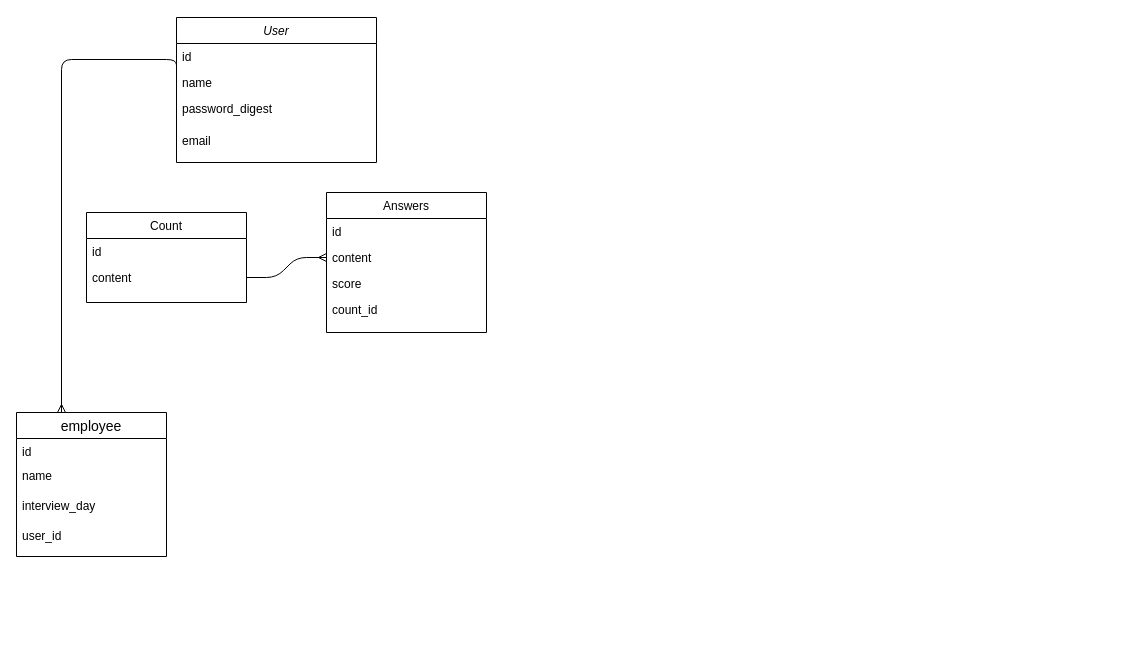
ko-suke1016/IKEMENTAL keeps this draw.io diagram as Untitled Diagram.drawio. Above is the earlier version. Source tidied: cells renumbered, new cells numbered last; positions are measured from the earlier drawing's top-left corner, leaving out a move shared by most shapes. Both pictures are drawn from the tidied source at 100%, with x=0, y=0 at pixel (16, 17).
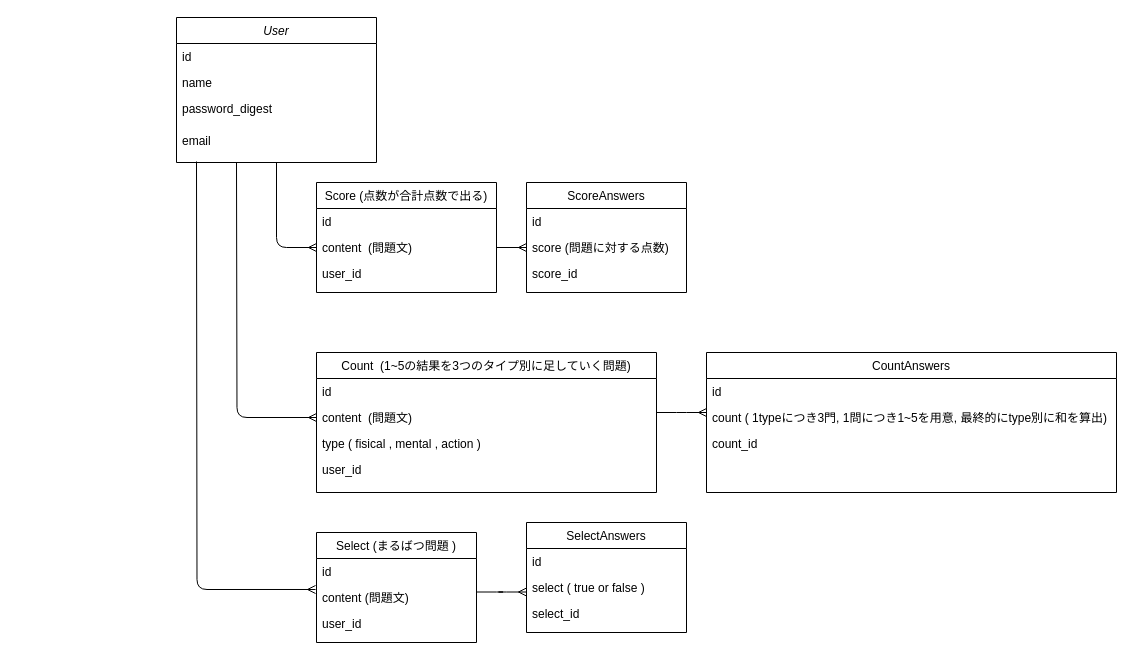
The same page after the edit.

Unchanged cells that the change refers to:
```xml
<mxCell id="2" value="User" style="swimlane;fontStyle=2;align=center;verticalAlign=top;horizontal=1;startSize=26;rounded=0;shadow=0;strokeWidth=1;" parent="1" vertex="1">
  <mxGeometry x="160" width="200" height="145" as="geometry" />
</mxCell>
<mxCell id="4" value="name" style="text;align=left;verticalAlign=top;spacingLeft=4;spacingRight=4;overflow=hidden;points=[[0,0.5],[1,0.5]];portConstraint=eastwest;rounded=0;shadow=0;html=0;" parent="2" vertex="1">
  <mxGeometry y="52" width="200" height="26" as="geometry" />
</mxCell>
```

Diff of the diagram source:
```diff
@@
-    <mxCell id="7" value="Count" style="swimlane;fontStyle=0;align=center;verticalAlign=top;horizontal=1;startSize=26;rounded=0;shadow=0;strokeWidth=1;" parent="1" vertex="1">
-      <mxGeometry x="70" y="195" width="160" height="90" as="geometry" />
+    <mxCell id="7" value="Score (点数が合計点数で出る)" style="swimlane;fontStyle=0;align=center;verticalAlign=top;horizontal=1;startSize=26;rounded=0;shadow=0;strokeWidth=1;" parent="1" vertex="1">
+      <mxGeometry x="300" y="165" width="180" height="110" as="geometry" />
     </mxCell>
     <mxCell id="8" value="id" style="text;align=left;verticalAlign=top;spacingLeft=4;spacingRight=4;overflow=hidden;" parent="7" vertex="1">
-      <mxGeometry y="26" width="160" height="26" as="geometry" />
+      <mxGeometry y="26" width="180" height="26" as="geometry" />
     </mxCell>
-    <mxCell id="9" value="content" style="text;align=left;verticalAlign=top;spacingLeft=4;spacingRight=4;overflow=hidden;points=[[0,0.5],[1,0.5]];portConstraint=eastwest;rounded=0;shadow=0;html=0;" parent="7" vertex="1">
-      <mxGeometry y="52" width="160" height="26" as="geometry" />
+    <mxCell id="9" value="content  (問題文)" style="text;align=left;verticalAlign=top;spacingLeft=4;spacingRight=4;overflow=hidden;points=[[0,0.5],[1,0.5]];portConstraint=eastwest;rounded=0;shadow=0;html=0;" parent="7" vertex="1">
+      <mxGeometry y="52" width="180" height="26" as="geometry" />
     </mxCell>
+    <mxCell id="22" value="user_id" style="text;align=left;verticalAlign=top;spacingLeft=4;spacingRight=4;overflow=hidden;rounded=0;shadow=0;html=0;" parent="7" vertex="1">
+      <mxGeometry y="78" width="180" height="26" as="geometry" />
+    </mxCell>
-    <mxCell id="10" value="Answers" style="swimlane;fontStyle=0;align=center;verticalAlign=top;horizontal=1;startSize=26;rounded=0;shadow=0;strokeWidth=1;" parent="1" vertex="1">
-      <mxGeometry x="310" y="175" width="160" height="140" as="geometry" />
+    <mxCell id="10" value="ScoreAnswers" style="swimlane;fontStyle=0;align=center;verticalAlign=top;horizontal=1;startSize=26;rounded=0;shadow=0;strokeWidth=1;" parent="1" vertex="1">
+      <mxGeometry x="510" y="165" width="160" height="110" as="geometry" />
     </mxCell>
@@
-    <mxCell id="12" value="content" style="text;align=left;verticalAlign=top;spacingLeft=4;spacingRight=4;overflow=hidden;points=[[0,0.5],[1,0.5]];portConstraint=eastwest;rounded=0;shadow=0;html=0;" parent="10" vertex="1">
-      <mxGeometry y="52" width="160" height="26" as="geometry" />
-    </mxCell>
-    <mxCell id="13" value="score" style="text;align=left;verticalAlign=top;spacingLeft=4;spacingRight=4;overflow=hidden;rounded=0;shadow=0;html=0;" parent="10" vertex="1">
-      <mxGeometry y="78" width="160" height="26" as="geometry" />
+    <mxCell id="13" value="score (問題に対する点数)" style="text;align=left;verticalAlign=top;spacingLeft=4;spacingRight=4;overflow=hidden;rounded=0;shadow=0;html=0;" parent="10" vertex="1">
+      <mxGeometry y="52" width="160" height="26" as="geometry" />
     </mxCell>
-    <mxCell id="14" value="count_id" style="text;align=left;verticalAlign=top;spacingLeft=4;spacingRight=4;overflow=hidden;rounded=0;shadow=0;html=0;" parent="10" vertex="1">
-      <mxGeometry y="104" width="160" height="26" as="geometry" />
+    <mxCell id="14" value="score_id" style="text;align=left;verticalAlign=top;spacingLeft=4;spacingRight=4;overflow=hidden;rounded=0;shadow=0;html=0;" parent="10" vertex="1">
+      <mxGeometry y="78" width="160" height="26" as="geometry" />
     </mxCell>
-    <mxCell id="15" style="edgeStyle=entityRelationEdgeStyle;fontSize=12;html=1;endArrow=ERmany;exitX=1;exitY=0.5;exitDx=0;exitDy=0;entryX=0;entryY=0.5;entryDx=0;entryDy=0;" parent="1" edge="1" source="9" target="12">
-      <mxGeometry relative="1" as="geometry" />
+    <mxCell id="15" style="edgeStyle=entityRelationEdgeStyle;fontSize=12;html=1;endArrow=ERmany;exitX=1;exitY=0.5;exitDx=0;exitDy=0;entryX=0;entryY=0.5;entryDx=0;entryDy=0;" parent="1" edge="1" source="9">
+      <mxGeometry relative="1" as="geometry">
+        <mxPoint x="510" y="230" as="targetPoint" />
+      </mxGeometry>
     </mxCell>
-    <mxCell id="16" value="employee" style="swimlane;fontStyle=0;horizontal=1;startSize=26;align=center;fontSize=14;" parent="1" vertex="1">
-      <mxGeometry y="395" width="150" height="144" as="geometry" />
-    </mxCell>
-    <mxCell id="17" value="id" style="text;strokeColor=none;fillColor=none;spacingLeft=4;spacingRight=4;overflow=hidden;fontSize=12;" parent="16" vertex="1">
-      <mxGeometry y="26" width="150" height="24" as="geometry" />
-    </mxCell>
-    <mxCell id="18" value="name" style="text;strokeColor=none;fillColor=none;spacingLeft=4;spacingRight=4;overflow=hidden;fontSize=12;" parent="16" vertex="1">
-      <mxGeometry y="50" width="150" height="30" as="geometry" />
-    </mxCell>
-    <mxCell id="19" value="interview_day" style="text;strokeColor=none;fillColor=none;spacingLeft=4;spacingRight=4;overflow=hidden;fontSize=12;" parent="16" vertex="1">
-      <mxGeometry y="80" width="150" height="30" as="geometry" />
-    </mxCell>
-    <mxCell id="20" value="user_id" style="text;strokeColor=none;fillColor=none;spacingLeft=4;spacingRight=4;overflow=hidden;fontSize=12;" parent="16" vertex="1">
-      <mxGeometry y="110" width="150" height="34" as="geometry" />
-    </mxCell>
-    <mxCell id="21" style="edgeStyle=orthogonalEdgeStyle;fontSize=12;html=1;endArrow=ERmany;entryX=0.3;entryY=0;entryDx=0;entryDy=0;entryPerimeter=0;exitX=0;exitY=0.038;exitDx=0;exitDy=0;exitPerimeter=0;" parent="1" edge="1" source="4" target="16">
+    <mxCell id="21" style="edgeStyle=orthogonalEdgeStyle;fontSize=12;html=1;endArrow=ERmany;exitX=0.5;exitY=1;exitDx=0;exitDy=0;" parent="1" edge="1" source="2" target="9">
       <mxGeometry relative="1" as="geometry" />
     </mxCell>
+    <mxCell id="23" value="Count  (1~5の結果を3つのタイプ別に足していく問題)" style="swimlane;fontStyle=0;align=center;verticalAlign=top;horizontal=1;startSize=26;rounded=0;shadow=0;strokeWidth=1;" parent="1" vertex="1">
+      <mxGeometry x="300" y="335" width="340" height="140" as="geometry" />
+    </mxCell>
+    <mxCell id="24" value="id" style="text;align=left;verticalAlign=top;spacingLeft=4;spacingRight=4;overflow=hidden;" parent="23" vertex="1">
+      <mxGeometry y="26" width="340" height="26" as="geometry" />
+    </mxCell>
+    <mxCell id="25" value="content  (問題文)" style="text;align=left;verticalAlign=top;spacingLeft=4;spacingRight=4;overflow=hidden;points=[[0,0.5],[1,0.5]];portConstraint=eastwest;rounded=0;shadow=0;html=0;" parent="23" vertex="1">
+      <mxGeometry y="52" width="340" height="26" as="geometry" />
+    </mxCell>
+    <mxCell id="26" value="type ( fisical , mental , action )" style="text;align=left;verticalAlign=top;spacingLeft=4;spacingRight=4;overflow=hidden;rounded=0;shadow=0;html=0;" parent="23" vertex="1">
+      <mxGeometry y="78" width="340" height="26" as="geometry" />
+    </mxCell>
+    <mxCell id="27" value="user_id" style="text;align=left;verticalAlign=top;spacingLeft=4;spacingRight=4;overflow=hidden;rounded=0;shadow=0;html=0;" parent="23" vertex="1">
+      <mxGeometry y="104" width="340" height="32" as="geometry" />
+    </mxCell>
+    <mxCell id="28" value="Select (まるばつ問題 )" style="swimlane;fontStyle=0;align=center;verticalAlign=top;horizontal=1;startSize=26;rounded=0;shadow=0;strokeWidth=1;" parent="1" vertex="1">
+      <mxGeometry x="300" y="515" width="160" height="110" as="geometry" />
+    </mxCell>
+    <mxCell id="29" value="id" style="text;align=left;verticalAlign=top;spacingLeft=4;spacingRight=4;overflow=hidden;" parent="28" vertex="1">
+      <mxGeometry y="26" width="160" height="26" as="geometry" />
+    </mxCell>
+    <mxCell id="30" value="content (問題文)" style="text;align=left;verticalAlign=top;spacingLeft=4;spacingRight=4;overflow=hidden;points=[[0,0.5],[1,0.5]];portConstraint=eastwest;rounded=0;shadow=0;html=0;" parent="28" vertex="1">
+      <mxGeometry y="52" width="160" height="26" as="geometry" />
+    </mxCell>
+    <mxCell id="31" value="user_id" style="text;align=left;verticalAlign=top;spacingLeft=4;spacingRight=4;overflow=hidden;rounded=0;shadow=0;html=0;" parent="28" vertex="1">
+      <mxGeometry y="78" width="160" height="26" as="geometry" />
+    </mxCell>
+    <mxCell id="32" value="CountAnswers" style="swimlane;fontStyle=0;align=center;verticalAlign=top;horizontal=1;startSize=26;rounded=0;shadow=0;strokeWidth=1;" parent="1" vertex="1">
+      <mxGeometry x="690" y="335" width="410" height="140" as="geometry" />
+    </mxCell>
+    <mxCell id="33" value="id" style="text;align=left;verticalAlign=top;spacingLeft=4;spacingRight=4;overflow=hidden;" parent="32" vertex="1">
+      <mxGeometry y="26" width="410" height="26" as="geometry" />
+    </mxCell>
+    <mxCell id="34" value="count ( 1typeにつき3門, 1問につき1~5を用意, 最終的にtype別に和を算出)" style="text;align=left;verticalAlign=top;spacingLeft=4;spacingRight=4;overflow=hidden;rounded=0;shadow=0;html=0;" parent="32" vertex="1">
+      <mxGeometry y="52" width="410" height="26" as="geometry" />
+    </mxCell>
+    <mxCell id="35" value="count_id" style="text;align=left;verticalAlign=top;spacingLeft=4;spacingRight=4;overflow=hidden;rounded=0;shadow=0;html=0;" parent="32" vertex="1">
+      <mxGeometry y="78" width="410" height="26" as="geometry" />
+    </mxCell>
+    <mxCell id="36" value="SelectAnswers" style="swimlane;fontStyle=0;align=center;verticalAlign=top;horizontal=1;startSize=26;rounded=0;shadow=0;strokeWidth=1;" parent="1" vertex="1">
+      <mxGeometry x="510" y="505" width="160" height="110" as="geometry" />
+    </mxCell>
+    <mxCell id="37" value="id" style="text;align=left;verticalAlign=top;spacingLeft=4;spacingRight=4;overflow=hidden;" parent="36" vertex="1">
+      <mxGeometry y="26" width="160" height="26" as="geometry" />
+    </mxCell>
+    <mxCell id="38" value="select ( true or false )" style="text;align=left;verticalAlign=top;spacingLeft=4;spacingRight=4;overflow=hidden;rounded=0;shadow=0;html=0;" parent="36" vertex="1">
+      <mxGeometry y="52" width="160" height="26" as="geometry" />
+    </mxCell>
+    <mxCell id="39" value="select_id" style="text;align=left;verticalAlign=top;spacingLeft=4;spacingRight=4;overflow=hidden;rounded=0;shadow=0;html=0;" parent="36" vertex="1">
+      <mxGeometry y="78" width="160" height="26" as="geometry" />
+    </mxCell>
+    <mxCell id="40" style="edgeStyle=orthogonalEdgeStyle;fontSize=12;html=1;endArrow=ERmany;entryX=0;entryY=0.5;entryDx=0;entryDy=0;" parent="1" edge="1" target="25">
+      <mxGeometry relative="1" as="geometry">
+        <mxPoint x="220" y="145" as="sourcePoint" />
+      </mxGeometry>
+    </mxCell>
+    <mxCell id="41" style="edgeStyle=entityRelationEdgeStyle;fontSize=12;html=1;endArrow=ERmany;exitX=1;exitY=0.5;exitDx=0;exitDy=0;entryX=0;entryY=0.5;entryDx=0;entryDy=0;" parent="1" edge="1">
+      <mxGeometry relative="1" as="geometry">
+        <mxPoint x="640" y="395" as="sourcePoint" />
+        <mxPoint x="690" y="395" as="targetPoint" />
+      </mxGeometry>
+    </mxCell>
+    <mxCell id="42" style="edgeStyle=orthogonalEdgeStyle;fontSize=12;html=1;endArrow=ERmany;entryX=-0.006;entryY=0.192;entryDx=0;entryDy=0;entryPerimeter=0;" parent="1" edge="1" target="30">
+      <mxGeometry relative="1" as="geometry">
+        <mxPoint x="180" y="144" as="sourcePoint" />
+      </mxGeometry>
+    </mxCell>
+    <mxCell id="43" style="edgeStyle=entityRelationEdgeStyle;fontSize=12;html=1;endArrow=ERmany;exitX=1;exitY=0.5;exitDx=0;exitDy=0;entryX=0;entryY=0.5;entryDx=0;entryDy=0;" parent="1" edge="1">
+      <mxGeometry relative="1" as="geometry">
+        <mxPoint x="460" y="574.5" as="sourcePoint" />
+        <mxPoint x="510" y="574.5" as="targetPoint" />
+      </mxGeometry>
+    </mxCell>
+    <mxCell id="44" value="&lt;br&gt;" style="text;html=1;align=center;verticalAlign=middle;strokeColor=none;" parent="1" vertex="1">
+      <mxGeometry x="540" y="35" width="20" height="20" as="geometry" />
+    </mxCell>
```
